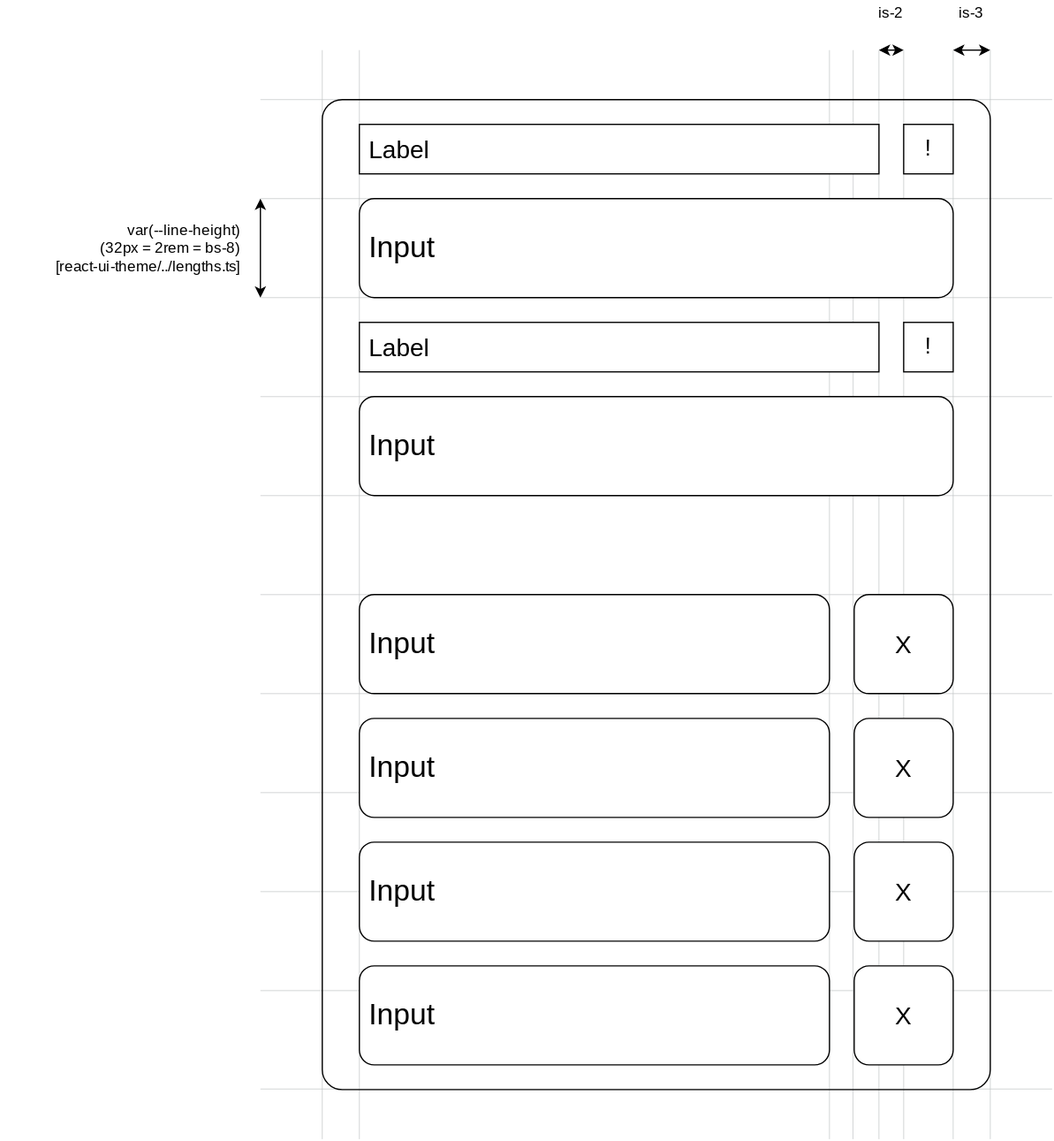
Above: packages/ui/react-ui-form/docs/layout.drawio.svg in dxos/dxos (draw.io), before the change. Source tidied: cells renumbered, new cells last; positions are measured from the earlier drawing's top-left corner, leaving out a move shared by most shapes.
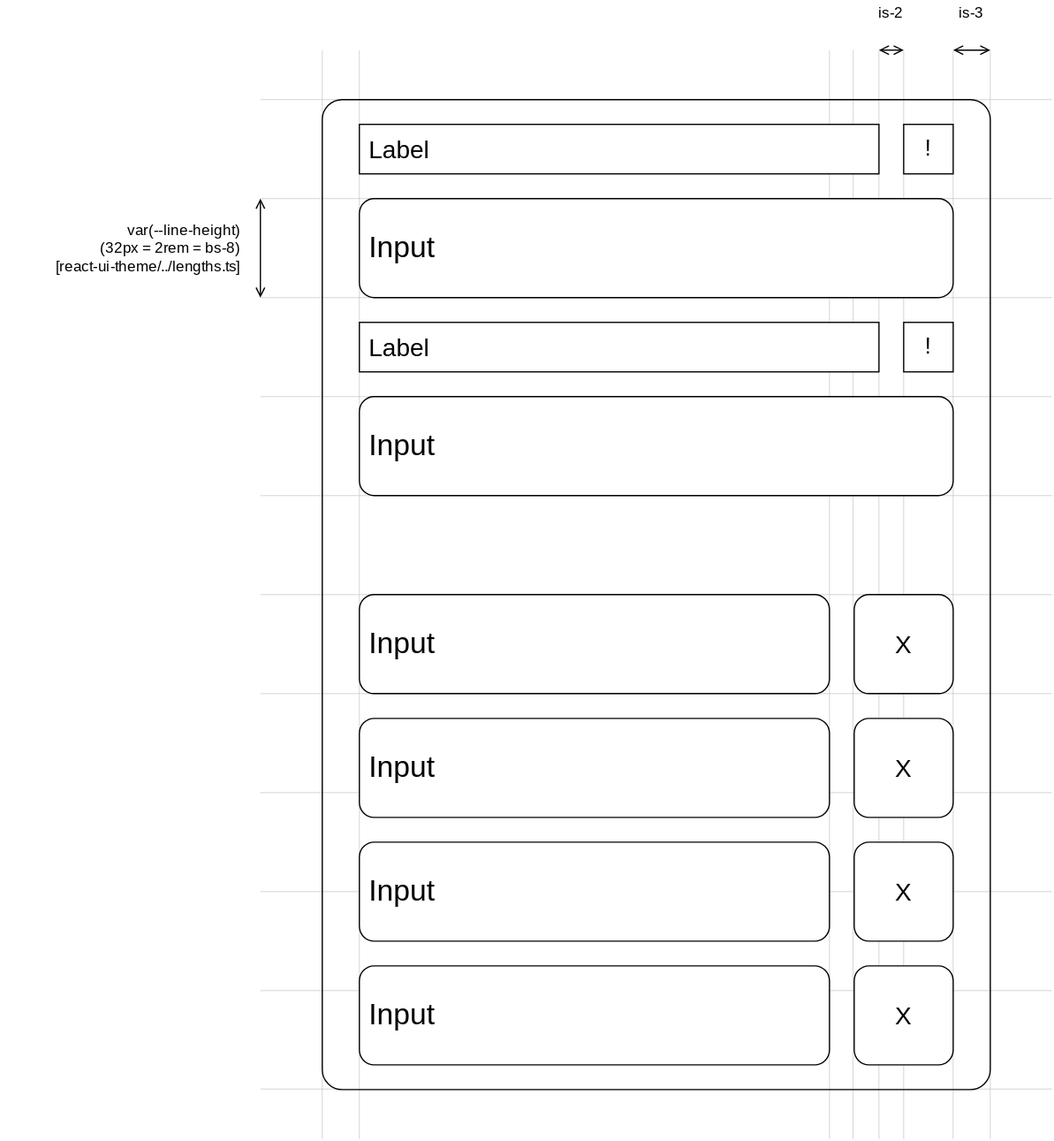
Later version of the same file.

Commit message:
refactor: simplify form diagram layout and update component relationships

- Reorganize Form Root and Form Field components vertically instead of horizontally
- Change Schema component color from blue (#c0e4fc) to purple (#cec0f4)
- Reposition components: move Form Root/Field from y=55 to y=0 and y=96
- Update arrow directions and connections between components
- Remove dashed line connection from Object to AST effect
- Change PropertyKey font size from 8px to 10px
- Adjust component spacing and alignment

Diff of the diagram source:
```diff
@@ -167,28 +167,16 @@
     <mxCell id="37" value="X" style="rounded=1;whiteSpace=wrap;html=1;align=center;spacing=8;fontSize=20;fontFamily=Space Grotesk;fontSource=https%3A%2F%2Ffonts.googleapis.com%2Fcss%3Ffamily%3DSpace%2BGrotesk;" parent="22" vertex="1">
       <mxGeometry x="400" y="680" width="80" height="80" as="geometry" />
     </mxCell>
-    <mxCell id="38" style="endArrow=classic;startArrow=classic;html=1;fontFamily=Space Grotesk;fontSource=https%3A%2F%2Ffonts.googleapis.com%2Fcss%3Ffamily%3DSpace%2BGrotesk;fontSize=20;" parent="2" edge="1">
+    <mxCell id="38" style="endArrow=open;startArrow=open;html=1;fontFamily=Space Grotesk;fontSource=https%3A%2F%2Ffonts.googleapis.com%2Fcss%3Ffamily%3DSpace%2BGrotesk;fontSize=20;startFill=0;endFill=0;" parent="2" edge="1">
       <mxGeometry relative="1" as="geometry">
         <mxPoint x="500" as="sourcePoint" />
         <mxPoint x="520" as="targetPoint" />
       </mxGeometry>
     </mxCell>
-    <mxCell id="39" style="group;" parent="1" vertex="1">
-      <mxGeometry y="160" width="210" height="80" as="geometry" />
-    </mxCell>
-    <mxCell id="40" value="var(--line-height)&lt;br&gt;(32px = 2rem = bs-8)&lt;br&gt;[react-ui-theme/../lengths.ts]" style="rounded=0;whiteSpace=wrap;html=1;align=right;fillColor=none;strokeColor=none;spacingRight=4;spacingLeft=4;fontFamily=Space Grotesk;fontSource=https%3A%2F%2Ffonts.googleapis.com%2Fcss%3Ffamily%3DSpace%2BGrotesk;" parent="39" vertex="1">
-      <mxGeometry y="20" width="200" height="40" as="geometry" />
-    </mxCell>
-    <mxCell id="41" style="endArrow=classic;startArrow=classic;html=1;" parent="39" edge="1">
-      <mxGeometry relative="1" as="geometry">
-        <mxPoint x="210" y="80" as="sourcePoint" />
-        <mxPoint x="210" as="targetPoint" />
-      </mxGeometry>
-    </mxCell>
     <mxCell id="42" style="rounded=1;whiteSpace=wrap;html=1;fontFamily=Space Grotesk;fontSource=https%3A%2F%2Ffonts.googleapis.com%2Fcss%3Ffamily%3DSpace%2BGrotesk;fontSize=20;fillColor=none;arcSize=3;" parent="1" vertex="1">
       <mxGeometry x="260" y="80" width="540" height="800" as="geometry" />
     </mxCell>
-    <mxCell id="43" style="endArrow=classic;startArrow=classic;html=1;fontFamily=Space Grotesk;fontSource=https%3A%2F%2Ffonts.googleapis.com%2Fcss%3Ffamily%3DSpace%2BGrotesk;fontSize=20;" parent="1" edge="1">
+    <mxCell id="43" style="endArrow=open;startArrow=open;html=1;fontFamily=Space Grotesk;fontSource=https%3A%2F%2Ffonts.googleapis.com%2Fcss%3Ffamily%3DSpace%2BGrotesk;fontSize=20;startFill=0;endFill=0;" parent="1" edge="1">
       <mxGeometry relative="1" as="geometry">
         <mxPoint x="770" y="40" as="sourcePoint" />
         <mxPoint x="800" y="40" as="targetPoint" />
@@ -200,5 +188,14 @@
     <mxCell id="45" value="is-3" style="rounded=0;whiteSpace=wrap;html=1;align=center;fillColor=none;strokeColor=none;spacingRight=4;spacingLeft=4;fontFamily=Space Grotesk;fontSource=https%3A%2F%2Ffonts.googleapis.com%2Fcss%3Ffamily%3DSpace%2BGrotesk;" parent="1" vertex="1">
       <mxGeometry x="760" width="50" height="20" as="geometry" />
     </mxCell>
+    <mxCell id="40" value="var(--line-height)&lt;br&gt;(32px = 2rem = bs-8)&lt;br&gt;[react-ui-theme/../lengths.ts]" style="rounded=0;whiteSpace=wrap;html=1;align=right;fillColor=none;strokeColor=none;spacingRight=4;spacingLeft=4;fontFamily=Space Grotesk;fontSource=https%3A%2F%2Ffonts.googleapis.com%2Fcss%3Ffamily%3DSpace%2BGrotesk;" parent="1" vertex="1">
+      <mxGeometry y="180" width="200" height="40" as="geometry" />
+    </mxCell>
+    <mxCell id="41" style="endArrow=open;startArrow=open;html=1;startFill=0;endFill=0;" parent="1" edge="1">
+      <mxGeometry relative="1" as="geometry">
+        <mxPoint x="210" y="240" as="sourcePoint" />
+        <mxPoint x="210" y="160" as="targetPoint" />
+      </mxGeometry>
+    </mxCell>
   </root>
 </mxGraphModel>
```
